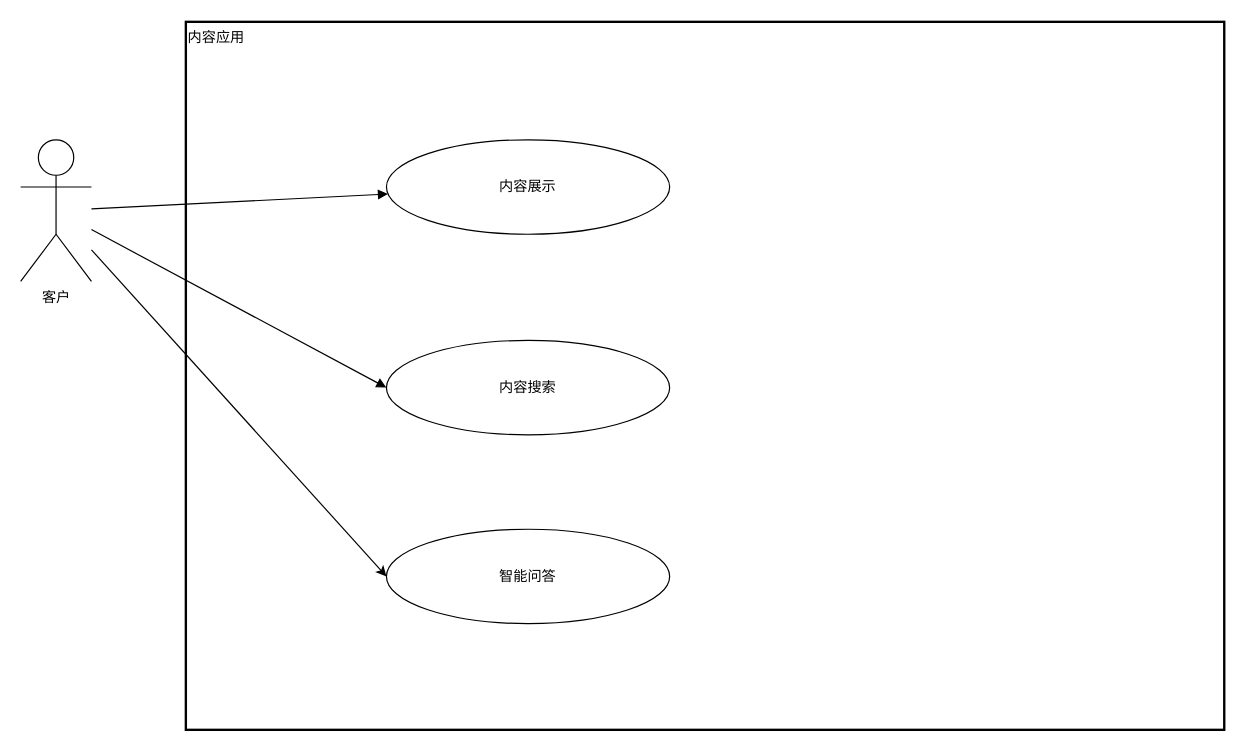
Before: page "内容应用用例图" (4 of 20) of figure/figures.drawio in jqq04/nju-thesis-2026, a draw.io diagram. Source tidied: cells renumbered, new cells numbered last; positions are measured from the earlier drawing's top-left corner, leaving out a move shared by most shapes. Both pictures are drawn from the tidied source at 118%, with x=0, y=0 at pixel (20, 21).
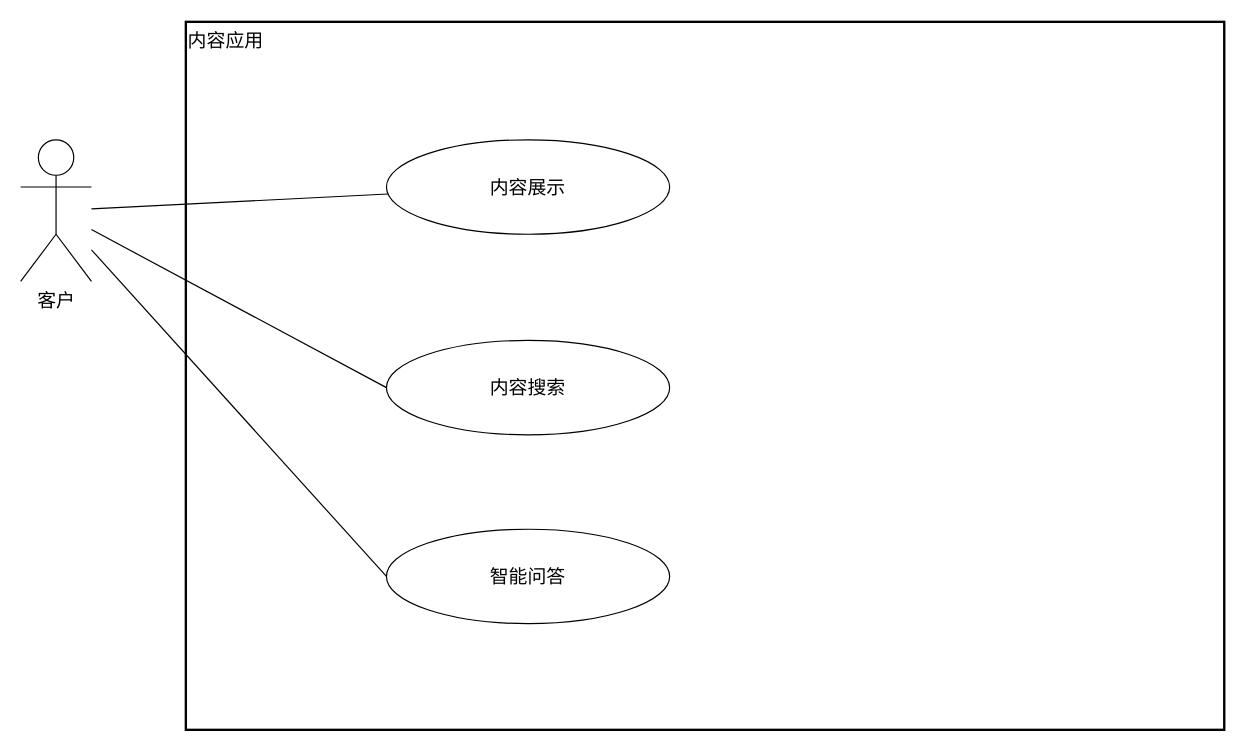
After the change.

The edit, as a diff of the source:
```diff
@@
 <mxGraphModel>
   <root>
     <mxCell id="0" />
     <mxCell id="1" parent="0" />
-    <mxCell id="2" value="内容应用" style="rounded=0;whiteSpace=wrap;html=1;strokeWidth=2;align=left;verticalAlign=top;" parent="1" vertex="1">
+    <mxCell id="2" value="内容应用" style="rounded=0;whiteSpace=wrap;html=1;strokeWidth=2;align=left;verticalAlign=top;fontSize=16;" parent="1" vertex="1">
       <mxGeometry x="140" width="880" height="600" as="geometry" />
     </mxCell>
-    <mxCell id="3" style="rounded=0;jettySize=auto;html=1;entryX=0;entryY=0.5;entryDx=0;entryDy=0;fontFamily=Helvetica;fontSize=12;fontColor=default;" parent="1" edge="1" source="4" target="6">
+    <mxCell id="3" style="rounded=0;jettySize=auto;html=1;entryX=0;entryY=0.5;entryDx=0;entryDy=0;fontFamily=Helvetica;fontSize=16;fontColor=default;endArrow=none;endFill=0;" parent="1" edge="1" source="4" target="6">
       <mxGeometry relative="1" as="geometry" />
     </mxCell>
-    <mxCell id="4" value="客户" style="shape=umlActor;verticalLabelPosition=bottom;verticalAlign=top;html=1;" parent="1" vertex="1">
+    <mxCell id="4" value="客户" style="shape=umlActor;verticalLabelPosition=bottom;verticalAlign=top;html=1;fontSize=16;" parent="1" vertex="1">
       <mxGeometry y="100" width="60" height="120" as="geometry" />
     </mxCell>
-    <mxCell id="5" value="内容展示" style="ellipse;whiteSpace=wrap;html=1;" parent="1" vertex="1">
+    <mxCell id="5" value="内容展示" style="ellipse;whiteSpace=wrap;html=1;fontSize=16;" parent="1" vertex="1">
       <mxGeometry x="310" y="100" width="240" height="80" as="geometry" />
     </mxCell>
-    <mxCell id="6" value="智能问答" style="ellipse;whiteSpace=wrap;html=1;" parent="1" vertex="1">
+    <mxCell id="6" value="智能问答" style="ellipse;whiteSpace=wrap;html=1;fontSize=16;" parent="1" vertex="1">
       <mxGeometry x="310" y="430" width="240" height="80" as="geometry" />
     </mxCell>
-    <mxCell id="7" style="endArrow=block;html=1;" parent="1" edge="1" source="4" target="5">
+    <mxCell id="7" style="endArrow=none;html=1;endFill=0;fontSize=16;" parent="1" edge="1" source="4" target="5">
       <mxGeometry relative="1" as="geometry" />
     </mxCell>
-    <mxCell id="8" style="endArrow=block;html=1;entryX=0;entryY=0.5;entryDx=0;entryDy=0;" parent="1" edge="1" source="4" target="9">
+    <mxCell id="8" style="endArrow=none;html=1;entryX=0;entryY=0.5;entryDx=0;entryDy=0;endFill=0;fontSize=16;" parent="1" edge="1" source="4" target="9">
       <mxGeometry relative="1" as="geometry" />
     </mxCell>
-    <mxCell id="9" value="内容搜索" style="ellipse;whiteSpace=wrap;html=1;" parent="1" vertex="1">
+    <mxCell id="9" value="内容搜索" style="ellipse;whiteSpace=wrap;html=1;fontSize=16;" parent="1" vertex="1">
       <mxGeometry x="310" y="270" width="240" height="80" as="geometry" />
     </mxCell>
   </root>
 </mxGraphModel>
```
